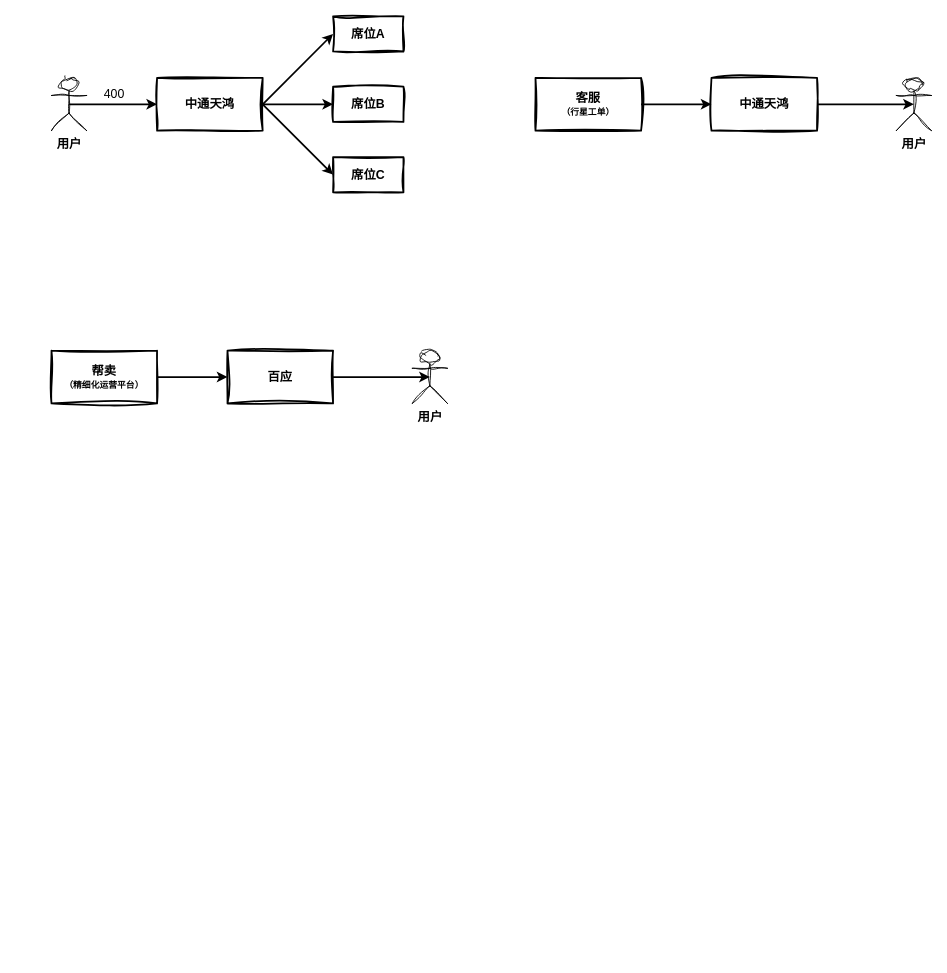
Above: tech/research/手机语音梳理.drawio in zhuanzhuan-tech/arch-draw-io (draw.io), before the change. Source tidied: cells renumbered, new cells numbered last; positions are measured from the earlier drawing's top-left corner, leaving out a move shared by most shapes. Both pictures are drawn from the tidied source at 88%, with x=0, y=0 at pixel (51, 16).
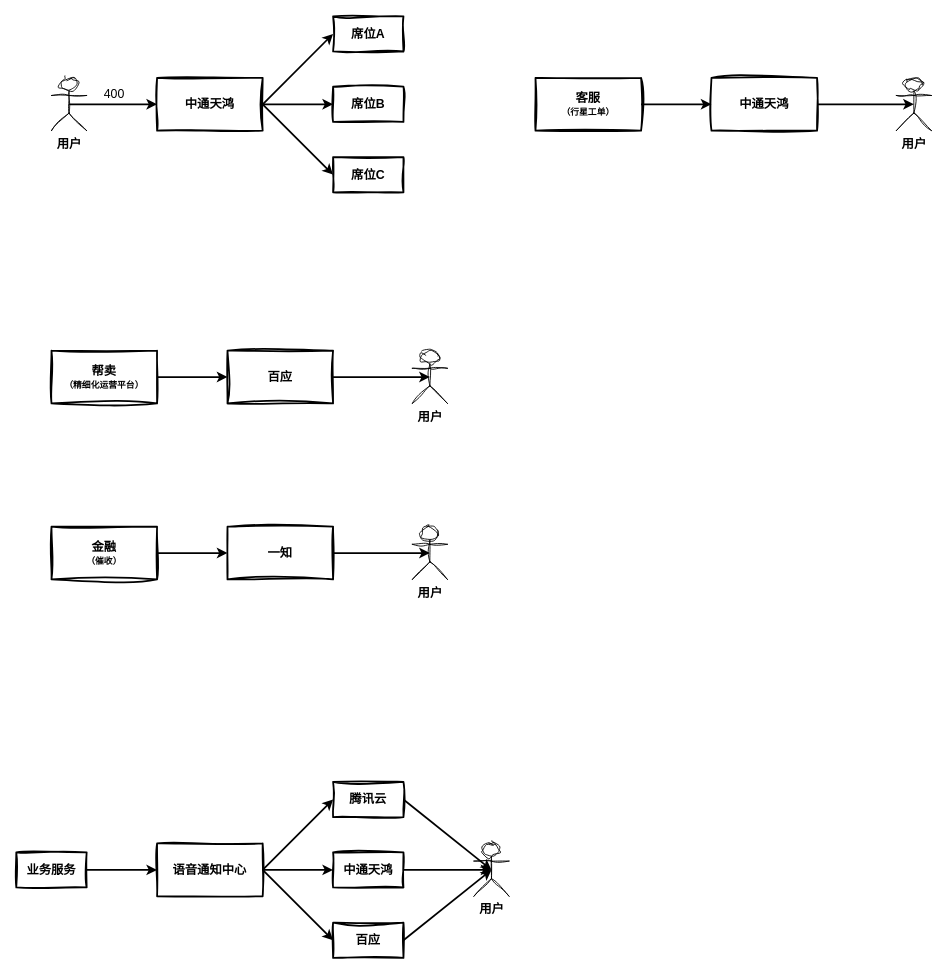
Above is the later version.

Commit message:
更新手机语音梳理.drawio

Diff of the diagram source:
```diff
@@
+    <mxCell id="22" value="&lt;font style=&quot;font-size: 14px;&quot;&gt;&lt;b&gt;金融&lt;/b&gt;&lt;/font&gt;&lt;div&gt;&lt;font size=&quot;1&quot; style=&quot;&quot;&gt;&lt;b style=&quot;&quot;&gt;（催收）&lt;/b&gt;&lt;/font&gt;&lt;/div&gt;" style="rounded=0;whiteSpace=wrap;html=1;fillColor=none;strokeWidth=2;sketch=1;curveFitting=1;jiggle=2;" parent="1" vertex="1">
+      <mxGeometry y="580" width="120" height="60" as="geometry" />
+    </mxCell>
+    <mxCell id="23" value="&lt;span style=&quot;font-size: 14px;&quot;&gt;&lt;b&gt;一知&lt;/b&gt;&lt;/span&gt;" style="rounded=0;whiteSpace=wrap;html=1;fillColor=none;strokeWidth=2;sketch=1;curveFitting=1;jiggle=2;" parent="1" vertex="1">
+      <mxGeometry x="200" y="580" width="120" height="60" as="geometry" />
+    </mxCell>
+    <mxCell id="24" style="edgeStyle=orthogonalEdgeStyle;rounded=0;jettySize=auto;html=1;exitX=1;exitY=0.5;exitDx=0;exitDy=0;entryX=0;entryY=0.5;entryDx=0;entryDy=0;strokeWidth=2;" parent="1" edge="1" source="22" target="23">
+      <mxGeometry relative="1" as="geometry" />
+    </mxCell>
+    <mxCell id="25" value="&lt;font style=&quot;font-size: 14px;&quot;&gt;&lt;b&gt;用户&lt;/b&gt;&lt;/font&gt;" style="shape=umlActor;verticalLabelPosition=bottom;verticalAlign=top;html=1;outlineConnect=0;sketch=1;curveFitting=1;jiggle=2;" parent="1" vertex="1">
+      <mxGeometry x="410" y="580" width="40" height="60" as="geometry" />
+    </mxCell>
+    <mxCell id="26" style="endArrow=classic;html=1;rounded=0;entryX=0.5;entryY=0.5;entryDx=0;entryDy=0;strokeWidth=2;exitX=1;exitY=0.5;exitDx=0;exitDy=0;entryPerimeter=0;" parent="1" edge="1" source="23" target="25">
+      <mxGeometry relative="1" as="geometry" />
+    </mxCell>
+    <mxCell id="27" style="edgeStyle=orthogonalEdgeStyle;rounded=0;jettySize=auto;html=1;exitX=1;exitY=0.5;exitDx=0;exitDy=0;entryX=0;entryY=0.5;entryDx=0;entryDy=0;strokeWidth=2;" parent="1" edge="1" source="35" target="28">
+      <mxGeometry relative="1" as="geometry" />
+    </mxCell>
+    <mxCell id="28" value="&lt;font style=&quot;font-size: 14px;&quot;&gt;&lt;b&gt;语音通知中心&lt;/b&gt;&lt;/font&gt;" style="rounded=0;whiteSpace=wrap;html=1;fillColor=none;strokeWidth=2;sketch=1;curveFitting=1;jiggle=2;" parent="1" vertex="1">
+      <mxGeometry x="120" y="940" width="120" height="60" as="geometry" />
+    </mxCell>
+    <mxCell id="29" value="&lt;font style=&quot;font-size: 14px;&quot;&gt;&lt;b&gt;腾讯云&lt;/b&gt;&lt;/font&gt;" style="rounded=0;whiteSpace=wrap;html=1;fillColor=none;strokeWidth=2;sketch=1;curveFitting=1;jiggle=2;" parent="1" vertex="1">
+      <mxGeometry x="320" y="870" width="80" height="40" as="geometry" />
+    </mxCell>
+    <mxCell id="30" value="&lt;font style=&quot;font-size: 14px;&quot;&gt;&lt;b&gt;中通天鸿&lt;/b&gt;&lt;/font&gt;" style="rounded=0;whiteSpace=wrap;html=1;fillColor=none;strokeWidth=2;sketch=1;curveFitting=1;jiggle=2;" parent="1" vertex="1">
+      <mxGeometry x="320" y="950" width="80" height="40" as="geometry" />
+    </mxCell>
+    <mxCell id="31" value="&lt;font style=&quot;font-size: 14px;&quot;&gt;&lt;b&gt;百应&lt;/b&gt;&lt;/font&gt;" style="rounded=0;whiteSpace=wrap;html=1;fillColor=none;strokeWidth=2;sketch=1;curveFitting=1;jiggle=2;" parent="1" vertex="1">
+      <mxGeometry x="320" y="1030" width="80" height="40" as="geometry" />
+    </mxCell>
+    <mxCell id="32" style="endArrow=classic;html=1;rounded=0;exitX=1;exitY=0.5;exitDx=0;exitDy=0;entryX=0;entryY=0.5;entryDx=0;entryDy=0;strokeWidth=2;" parent="1" edge="1" source="28" target="29">
+      <mxGeometry relative="1" as="geometry" />
+    </mxCell>
+    <mxCell id="33" style="endArrow=classic;html=1;rounded=0;exitX=1;exitY=0.5;exitDx=0;exitDy=0;entryX=0;entryY=0.5;entryDx=0;entryDy=0;strokeWidth=2;" parent="1" edge="1" source="28" target="30">
+      <mxGeometry relative="1" as="geometry" />
+    </mxCell>
+    <mxCell id="34" style="endArrow=classic;html=1;rounded=0;entryX=0;entryY=0.5;entryDx=0;entryDy=0;strokeWidth=2;" parent="1" edge="1" target="31">
+      <mxGeometry relative="1" as="geometry">
+        <mxPoint x="240" y="970" as="sourcePoint" />
+      </mxGeometry>
+    </mxCell>
+    <mxCell id="35" value="&lt;font style=&quot;font-size: 14px;&quot;&gt;&lt;b&gt;业务服务&lt;/b&gt;&lt;/font&gt;" style="rounded=0;whiteSpace=wrap;html=1;fillColor=none;strokeWidth=2;sketch=1;curveFitting=1;jiggle=2;" parent="1" vertex="1">
+      <mxGeometry x="-40" y="950" width="80" height="40" as="geometry" />
+    </mxCell>
+    <mxCell id="36" value="&lt;font style=&quot;font-size: 14px;&quot;&gt;&lt;b&gt;用户&lt;/b&gt;&lt;/font&gt;" style="shape=umlActor;verticalLabelPosition=bottom;verticalAlign=top;html=1;outlineConnect=0;sketch=1;curveFitting=1;jiggle=2;" parent="1" vertex="1">
+      <mxGeometry x="480" y="940" width="40" height="60" as="geometry" />
+    </mxCell>
+    <mxCell id="37" style="endArrow=classic;html=1;rounded=0;exitX=1;exitY=0.5;exitDx=0;exitDy=0;entryX=0.5;entryY=0.5;entryDx=0;entryDy=0;strokeWidth=2;entryPerimeter=0;" parent="1" edge="1" source="29" target="36">
+      <mxGeometry relative="1" as="geometry" />
+    </mxCell>
+    <mxCell id="38" style="endArrow=classic;html=1;rounded=0;exitX=1;exitY=0.5;exitDx=0;exitDy=0;entryX=0.5;entryY=0.5;entryDx=0;entryDy=0;strokeWidth=2;entryPerimeter=0;" parent="1" edge="1" source="30" target="36">
+      <mxGeometry relative="1" as="geometry" />
+    </mxCell>
+    <mxCell id="39" style="endArrow=classic;html=1;rounded=0;exitX=1;exitY=0.5;exitDx=0;exitDy=0;entryX=0.5;entryY=0.5;entryDx=0;entryDy=0;strokeWidth=2;entryPerimeter=0;" parent="1" edge="1" source="31" target="36">
+      <mxGeometry relative="1" as="geometry" />
+    </mxCell>
```
